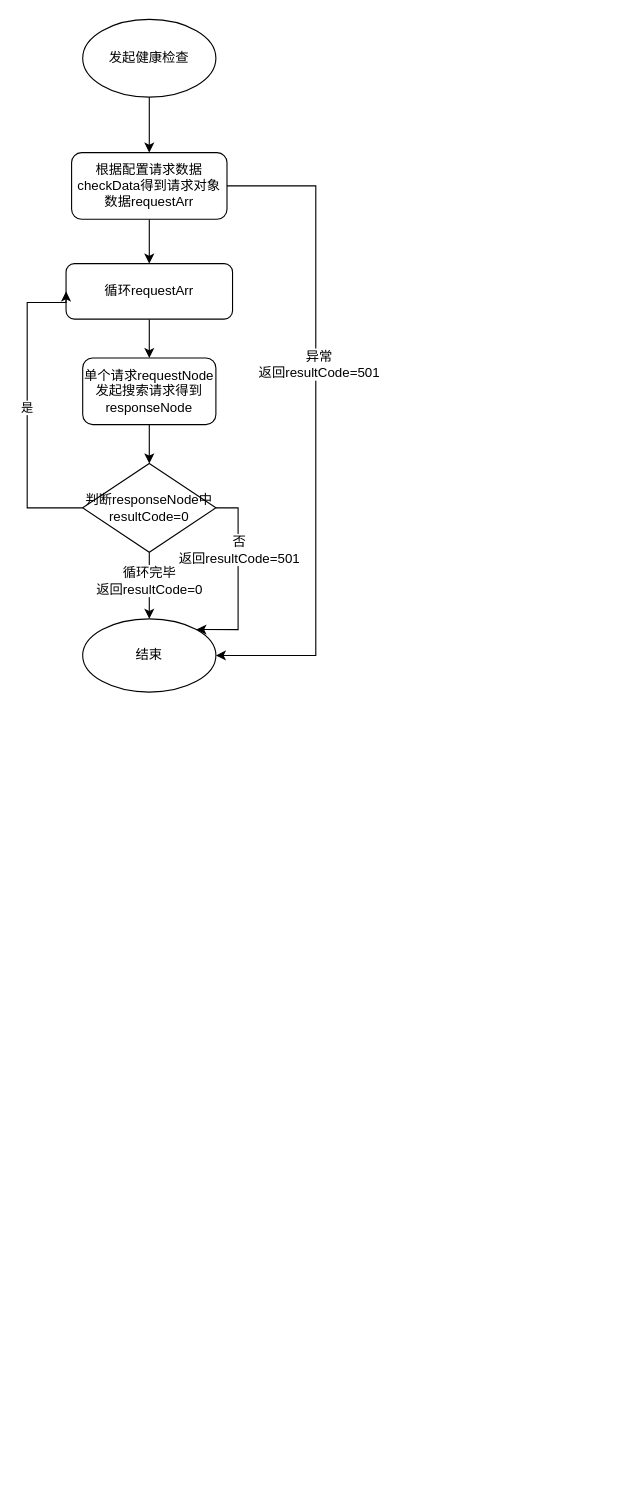
cp0802/xueqqiu keeps this draw.io diagram as page "ad-ssp健康检查" (3 of 3) of 健康检查流程图.drawio. Above is the earlier version. Source tidied: cells renumbered, new cells numbered last; positions are measured from the earlier drawing's top-left corner, leaving out a move shared by most shapes. Both pictures are drawn from the tidied source at 111%, with x=0, y=0 at pixel (27, 19).
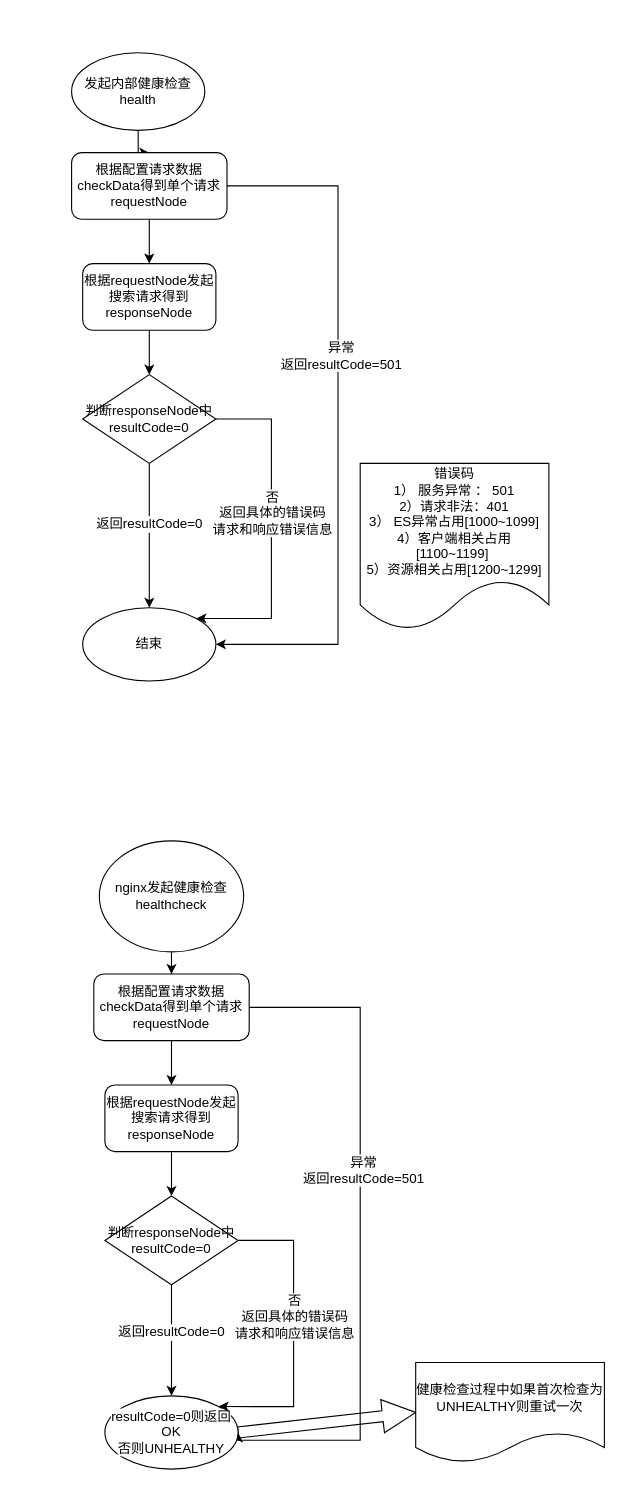
After the change.

Unchanged cells that the change refers to:
```xml
<mxCell id="16" style="edgeStyle=orthogonalEdgeStyle;rounded=0;jettySize=auto;html=1;" parent="1" edge="1" source="18" target="8">
  <mxGeometry relative="1" as="geometry" />
</mxCell>
```

Diff of the diagram source:
```diff
@@
-    <mxCell id="3" value="发起健康检查" style="ellipse;whiteSpace=wrap;html=1;" parent="1" vertex="1">
-      <mxGeometry x="50" width="120" height="70" as="geometry" />
+    <mxCell id="3" value="发起内部健康检查&lt;br&gt;health" style="ellipse;whiteSpace=wrap;html=1;" parent="1" vertex="1">
+      <mxGeometry x="40" y="30" width="120" height="70" as="geometry" />
     </mxCell>
     <mxCell id="4" style="edgeStyle=orthogonalEdgeStyle;rounded=0;jettySize=auto;html=1;exitX=1;exitY=0.5;exitDx=0;exitDy=0;entryX=1;entryY=0.5;entryDx=0;entryDy=0;" parent="1" edge="1" source="7" target="8">
       <mxGeometry relative="1" as="geometry">
         <Array as="points">
-          <mxPoint x="260" y="150" />
-          <mxPoint x="260" y="573" />
+          <mxPoint x="280" y="150" />
+          <mxPoint x="280" y="563" />
         </Array>
       </mxGeometry>
     </mxCell>
@@
-    <mxCell id="6" style="edgeStyle=orthogonalEdgeStyle;rounded=0;jettySize=auto;html=1;" parent="1" edge="1" source="7" target="10">
+    <mxCell id="6" style="edgeStyle=orthogonalEdgeStyle;rounded=0;jettySize=auto;html=1;entryX=0.5;entryY=0;entryDx=0;entryDy=0;" parent="1" edge="1" source="7" target="12">
       <mxGeometry relative="1" as="geometry" />
     </mxCell>
-    <mxCell id="7" value="根据配置请求数据checkData得到请求对象数据requestArr" style="rounded=1;whiteSpace=wrap;html=1;" parent="1" vertex="1">
+    <mxCell id="7" value="根据配置请求数据checkData得到单个请求requestNode" style="rounded=1;whiteSpace=wrap;html=1;" parent="1" vertex="1">
       <mxGeometry x="40" y="120" width="140" height="60" as="geometry" />
     </mxCell>
     <mxCell id="8" value="结束" style="ellipse;whiteSpace=wrap;html=1;" parent="1" vertex="1">
-      <mxGeometry x="50" y="540" width="120" height="66" as="geometry" />
+      <mxGeometry x="50" y="530" width="120" height="66" as="geometry" />
     </mxCell>
-    <mxCell id="9" style="edgeStyle=orthogonalEdgeStyle;rounded=0;jettySize=auto;html=1;entryX=0.5;entryY=0;entryDx=0;entryDy=0;" parent="1" edge="1" source="10" target="12">
-      <mxGeometry relative="1" as="geometry" />
-    </mxCell>
-    <mxCell id="10" value="循环requestArr" style="rounded=1;whiteSpace=wrap;html=1;" parent="1" vertex="1">
-      <mxGeometry x="35" y="220" width="150" height="50" as="geometry" />
-    </mxCell>
@@
-    <mxCell id="12" value="单个请求requestNode发起搜索请求得到responseNode" style="rounded=1;whiteSpace=wrap;html=1;" parent="1" vertex="1">
-      <mxGeometry x="50" y="305" width="120" height="60" as="geometry" />
+    <mxCell id="12" value="根据requestNode发起搜索请求得到responseNode" style="rounded=1;whiteSpace=wrap;html=1;" parent="1" vertex="1">
+      <mxGeometry x="50" y="220" width="120" height="60" as="geometry" />
     </mxCell>
-    <mxCell id="13" value="是" style="edgeStyle=orthogonalEdgeStyle;rounded=0;jettySize=auto;html=1;entryX=0;entryY=0.5;entryDx=0;entryDy=0;" parent="1" edge="1" source="18" target="10">
-      <mxGeometry relative="1" as="geometry">
-        <Array as="points">
-          <mxPoint y="440" />
-          <mxPoint y="255" />
-        </Array>
-      </mxGeometry>
-    </mxCell>
     <mxCell id="14" style="edgeStyle=orthogonalEdgeStyle;rounded=0;jettySize=auto;html=1;entryX=1;entryY=0;entryDx=0;entryDy=0;" parent="1" edge="1" source="18" target="8">
       <mxGeometry relative="1" as="geometry">
         <Array as="points">
-          <mxPoint x="190" y="440" />
-          <mxPoint x="190" y="550" />
+          <mxPoint x="220" y="360" />
+          <mxPoint x="220" y="540" />
         </Array>
       </mxGeometry>
     </mxCell>
-    <mxCell id="15" value="否&lt;br&gt;返回resultCode=501" style="text;html=1;align=center;verticalAlign=middle;labelBackgroundColor=#ffffff;" parent="14" vertex="1">
+    <mxCell id="15" value="否&lt;br&gt;返回具体的错误码&lt;br&gt;请求和响应错误信息" style="text;html=1;align=center;verticalAlign=middle;labelBackgroundColor=#ffffff;" parent="14" vertex="1">
       <mxGeometry x="0.12" y="-3" relative="1" as="geometry">
-        <mxPoint x="3" y="-37" as="offset" />
+        <mxPoint x="3" y="-32" as="offset" />
       </mxGeometry>
     </mxCell>
@@
-    <mxCell id="17" value="循环完毕&lt;br&gt;返回resultCode=0" style="text;html=1;align=center;verticalAlign=middle;labelBackgroundColor=#ffffff;" parent="16" vertex="1">
+    <mxCell id="17" value="返回resultCode=0" style="text;html=1;align=center;verticalAlign=middle;labelBackgroundColor=#ffffff;" parent="16" vertex="1">
       <mxGeometry x="-0.17" y="-1" relative="1" as="geometry" />
     </mxCell>
     <mxCell id="18" value="&lt;span style=&quot;white-space: normal&quot;&gt;判断responseNode中resultCode=0&lt;/span&gt;" style="rhombus;whiteSpace=wrap;html=1;" parent="1" vertex="1">
-      <mxGeometry x="50" y="400" width="120" height="80" as="geometry" />
+      <mxGeometry x="50" y="320" width="120" height="80" as="geometry" />
     </mxCell>
+    <mxCell id="19" value="&lt;div&gt;错误码&lt;/div&gt;&lt;div&gt;1） 服务异常 ： 501&lt;/div&gt;&lt;div&gt;2）请求非法：401&lt;/div&gt;&lt;div&gt;3） ES异常占用[1000~1099]&lt;/div&gt;&lt;div&gt;4）客户端相关占用[1100~1199]&amp;nbsp;&lt;/div&gt;&lt;div&gt;5）资源相关占用[1200~1299]&lt;/div&gt;" style="shape=document;whiteSpace=wrap;html=1;boundedLbl=1;" parent="1" vertex="1">
+      <mxGeometry x="300" y="400" width="170" height="150" as="geometry" />
+    </mxCell>
+    <mxCell id="20" style="edgeStyle=orthogonalEdgeStyle;rounded=0;jettySize=auto;html=1;" parent="1" edge="1" source="21" target="25">
+      <mxGeometry relative="1" as="geometry" />
+    </mxCell>
+    <mxCell id="21" value="nginx发起健康检查healthcheck" style="ellipse;whiteSpace=wrap;html=1;" parent="1" vertex="1">
+      <mxGeometry x="65" y="740" width="130" height="100" as="geometry" />
+    </mxCell>
+    <mxCell id="22" style="edgeStyle=orthogonalEdgeStyle;rounded=0;jettySize=auto;html=1;exitX=1;exitY=0.5;exitDx=0;exitDy=0;entryX=1;entryY=0.5;entryDx=0;entryDy=0;" parent="1" edge="1" source="25" target="27">
+      <mxGeometry relative="1" as="geometry">
+        <Array as="points">
+          <mxPoint x="300" y="890" />
+          <mxPoint x="300" y="1280" />
+          <mxPoint x="190" y="1280" />
+        </Array>
+      </mxGeometry>
+    </mxCell>
+    <mxCell id="23" value="异常&lt;br&gt;返回resultCode=501" style="text;html=1;align=center;verticalAlign=middle;labelBackgroundColor=#ffffff;" parent="22" vertex="1">
+      <mxGeometry x="-0.19" y="2" relative="1" as="geometry" />
+    </mxCell>
+    <mxCell id="24" style="edgeStyle=orthogonalEdgeStyle;rounded=0;jettySize=auto;html=1;entryX=0.5;entryY=0;entryDx=0;entryDy=0;" parent="1" edge="1" source="25" target="29">
+      <mxGeometry relative="1" as="geometry" />
+    </mxCell>
+    <mxCell id="25" value="根据配置请求数据checkData得到单个请求requestNode" style="rounded=1;whiteSpace=wrap;html=1;" parent="1" vertex="1">
+      <mxGeometry x="60" y="860" width="140" height="60" as="geometry" />
+    </mxCell>
+    <mxCell id="26" style="rounded=0;jettySize=auto;html=1;exitX=1;exitY=0.5;exitDx=0;exitDy=0;entryX=0;entryY=0.5;entryDx=0;entryDy=0;shape=arrow;" parent="1" edge="1" source="27" target="35">
+      <mxGeometry relative="1" as="geometry" />
+    </mxCell>
+    <mxCell id="27" value="&lt;span style=&quot;background-color: rgb(255 , 255 , 255)&quot;&gt;resultCode=0则返回OK&lt;br&gt;否则&lt;/span&gt;UNHEALTHY&lt;span style=&quot;background-color: rgb(255 , 255 , 255)&quot;&gt;&lt;br&gt;&lt;/span&gt;" style="ellipse;whiteSpace=wrap;html=1;" parent="1" vertex="1">
+      <mxGeometry x="70" y="1240" width="120" height="66" as="geometry" />
+    </mxCell>
+    <mxCell id="28" style="edgeStyle=orthogonalEdgeStyle;rounded=0;jettySize=auto;html=1;" parent="1" edge="1" source="29" target="34">
+      <mxGeometry relative="1" as="geometry" />
+    </mxCell>
+    <mxCell id="29" value="根据requestNode发起搜索请求得到responseNode" style="rounded=1;whiteSpace=wrap;html=1;" parent="1" vertex="1">
+      <mxGeometry x="70" y="960" width="120" height="60" as="geometry" />
+    </mxCell>
+    <mxCell id="30" style="edgeStyle=orthogonalEdgeStyle;rounded=0;jettySize=auto;html=1;entryX=1;entryY=0;entryDx=0;entryDy=0;" parent="1" edge="1" source="34" target="27">
+      <mxGeometry relative="1" as="geometry">
+        <Array as="points">
+          <mxPoint x="240" y="1100" />
+          <mxPoint x="240" y="1250" />
+        </Array>
+      </mxGeometry>
+    </mxCell>
+    <mxCell id="31" value="否&lt;br&gt;返回具体的错误码&lt;br&gt;请求和响应错误信息" style="text;html=1;align=center;verticalAlign=middle;labelBackgroundColor=#ffffff;" parent="30" vertex="1">
+      <mxGeometry x="0.12" y="-3" relative="1" as="geometry">
+        <mxPoint x="3" y="-32" as="offset" />
+      </mxGeometry>
+    </mxCell>
+    <mxCell id="32" style="edgeStyle=orthogonalEdgeStyle;rounded=0;jettySize=auto;html=1;" parent="1" edge="1" source="34" target="27">
+      <mxGeometry relative="1" as="geometry" />
+    </mxCell>
+    <mxCell id="33" value="返回resultCode=0" style="text;html=1;align=center;verticalAlign=middle;labelBackgroundColor=#ffffff;" parent="32" vertex="1">
+      <mxGeometry x="-0.17" y="-1" relative="1" as="geometry" />
+    </mxCell>
+    <mxCell id="34" value="&lt;span style=&quot;white-space: normal&quot;&gt;判断responseNode中resultCode=0&lt;/span&gt;" style="rhombus;whiteSpace=wrap;html=1;" parent="1" vertex="1">
+      <mxGeometry x="70" y="1060" width="120" height="80" as="geometry" />
+    </mxCell>
+    <mxCell id="35" value="健康检查过程中如果首次检查为UNHEALTHY则重试一次" style="shape=document;whiteSpace=wrap;html=1;boundedLbl=1;" parent="1" vertex="1">
+      <mxGeometry x="350" y="1210" width="170" height="90" as="geometry" />
+    </mxCell>
```
